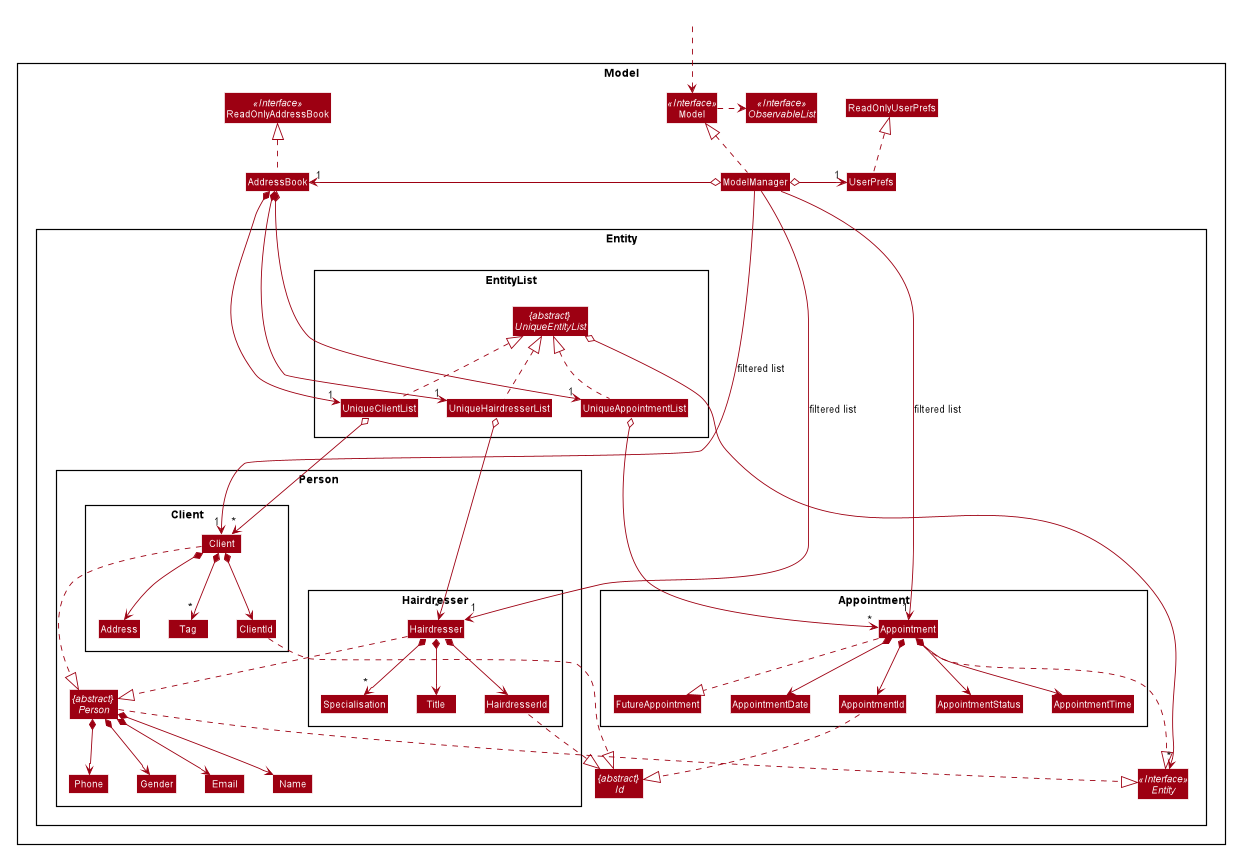
Before: ModelClassDiagram.png, a diagram exported from PlantUML (ya0-yuan/tp). Source of this version:
```plantuml
@startuml








skinparam BackgroundColor #FFFFFFF

skinparam Shadowing false

skinparam Class {
    FontColor #FFFFFF
    BorderThickness 1
    BorderColor #FFFFFF
    StereotypeFontColor #FFFFFF
    FontName Arial
}

skinparam Actor {
    BorderColor #000000
    Color #000000
    FontName Arial
}

skinparam Sequence {
    MessageAlign center
    BoxFontSize 15
    BoxPadding 0
    BoxFontColor #FFFFFF
    FontName Arial
}

skinparam Participant {
    FontColor #FFFFFFF
    Padding 20
}

skinparam MinClassWidth 50
skinparam ParticipantPadding 10
skinparam Shadowing false
skinparam DefaultTextAlignment center
skinparam packageStyle Rectangle

hide footbox
hide members
hide circle
skinparam arrowThickness 1.1
skinparam arrowColor #9D0012
skinparam classBackgroundColor #9D0012

Package Model <<Rectangle>>{
Interface ReadOnlyAddressBook <<Interface>>
Interface Model <<Interface>>
Interface ObservableList <<Interface>>
Class AddressBook
Class ReadOnlyAddressBook
Class Model
Class ModelManager
Class UserPrefs
Class ReadOnlyUserPrefs

Package Entity {
Interface Entity <<Interface>>
Abstract Class "{abstract} \nId" as Id

Package EntityList {
Abstract Class "{abstract} \nUniqueEntityList" as UniqueEntityList
Class UniqueClientList
Class UniqueHairdresserList
Class UniqueAppointmentList
}

Package Person {
Abstract Class "{abstract} \nPerson" as Person
Class Email
Class Name
Class Phone
Class Gender

Package Client {
Class Client
Class Address
Class Tag
Class ClientId
}

Package Hairdresser{
Class Hairdresser
Class Specialisation
Class Title
Class HairdresserId
}

}
Package Appointment {
Class Appointment
Class AppointmentDate
Class AppointmentId
Enum AppointmentStatus
Class AppointmentTime
Class FutureAppointment
}

}


}

Class HiddenOutside #FFFFFF
HiddenOutside ..> Model

Appointment .down.|> FutureAppointment
Appointment *-down-> AppointmentDate
Appointment *-down-> AppointmentStatus
Appointment *-down-> AppointmentTime
Appointment *-down-> AppointmentId


AddressBook .up.|> ReadOnlyAddressBook

Person .down.|> Entity
Appointment .down.|> Entity
Hairdresser ..|> Person
Client ..|> Person
UniqueAppointmentList .up.|> UniqueEntityList
UniqueClientList .up.|> UniqueEntityList
UniqueHairdresserList .up.|> UniqueEntityList
ClientId .down.|> Id
HairdresserId .down.|> Id
AppointmentId .down.|> Id

ModelManager .up.|> Model
Model .right.> ObservableList
ModelManager o-left-> "1" AddressBook
ModelManager o-right-> "1" UserPrefs
UserPrefs .up.|> ReadOnlyUserPrefs

AddressBook *-down-> "1" UniqueAppointmentList
AddressBook *-down-> "1" UniqueClientList
AddressBook *-down-> "1" UniqueHairdresserList
UniqueAppointmentList o-down-> "*" Appointment
UniqueEntityList o-down-> "*" Entity
UniqueClientList o-down-> "*" Client
UniqueHairdresserList o-down-> "*" Hairdresser

Person *-down-> Name
Person *-down-> Phone
Person *-down-> Email
Person *-down-> Gender
Client *-down-> Address
Client *-down-> ClientId
Client *-down-> "*" Tag
Hairdresser *-down-> "*" Specialisation
Hairdresser *-down-> Title
Hairdresser *-down-> HairdresserId

ModelManager -[hidden]down-> EntityList
Client -[hidden]down-> Hairdresser
Person -[hidden]left-> Client

ModelManager -->"1" Client: filtered list
ModelManager -->"1" Hairdresser : filtered list
ModelManager -->"1" Appointment : filtered list
@enduml
```
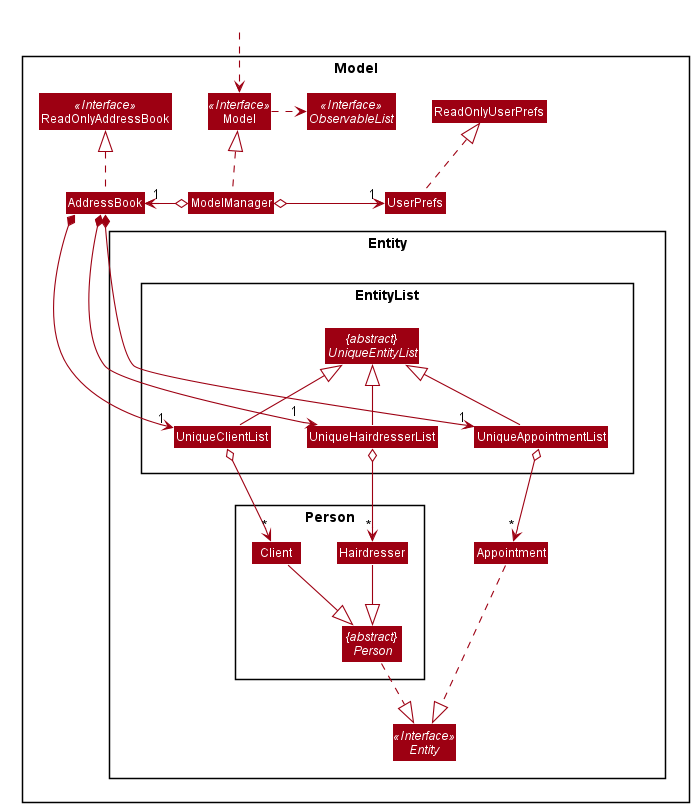
The same diagram one commit later.

Diff of the diagram source:
```diff
@@ -64,7 +64,7 @@
 
 Package Entity {
 Interface Entity <<Interface>>
-Abstract Class "{abstract} \nId" as Id
+
 
 Package EntityList {
 Abstract Class "{abstract} \nUniqueEntityList" as UniqueEntityList
@@ -75,62 +75,35 @@
 
 Package Person {
 Abstract Class "{abstract} \nPerson" as Person
-Class Email
-Class Name
-Class Phone
-Class Gender
 
-Package Client {
+
 Class Client
-Class Address
-Class Tag
-Class ClientId
-}
 
-Package Hairdresser{
 Class Hairdresser
-Class Specialisation
-Class Title
-Class HairdresserId
-}
-
-}
-Package Appointment {
-Class Appointment
-Class AppointmentDate
-Class AppointmentId
-Enum AppointmentStatus
-Class AppointmentTime
-Class FutureAppointment
-}
-
-}
 
 
 }
 
+Class Appointment
+
+
+}
+}
 Class HiddenOutside #FFFFFF
 HiddenOutside ..> Model
 
-Appointment .down.|> FutureAppointment
-Appointment *-down-> AppointmentDate
-Appointment *-down-> AppointmentStatus
-Appointment *-down-> AppointmentTime
-Appointment *-down-> AppointmentId
 
 
 AddressBook .up.|> ReadOnlyAddressBook
 
 Person .down.|> Entity
 Appointment .down.|> Entity
-Hairdresser ..|> Person
-Client ..|> Person
-UniqueAppointmentList .up.|> UniqueEntityList
-UniqueClientList .up.|> UniqueEntityList
-UniqueHairdresserList .up.|> UniqueEntityList
-ClientId .down.|> Id
-HairdresserId .down.|> Id
-AppointmentId .down.|> Id
+Hairdresser --|> Person
+Client --|> Person
+UniqueAppointmentList -up-|> UniqueEntityList
+UniqueClientList -up-|> UniqueEntityList
+UniqueHairdresserList -up-|> UniqueEntityList
+
 
 ModelManager .up.|> Model
 Model .right.> ObservableList
@@ -142,26 +115,14 @@
 AddressBook *-down-> "1" UniqueClientList
 AddressBook *-down-> "1" UniqueHairdresserList
 UniqueAppointmentList o-down-> "*" Appointment
-UniqueEntityList o-down-> "*" Entity
+
 UniqueClientList o-down-> "*" Client
 UniqueHairdresserList o-down-> "*" Hairdresser
 
-Person *-down-> Name
-Person *-down-> Phone
-Person *-down-> Email
-Person *-down-> Gender
-Client *-down-> Address
-Client *-down-> ClientId
-Client *-down-> "*" Tag
-Hairdresser *-down-> "*" Specialisation
-Hairdresser *-down-> Title
-Hairdresser *-down-> HairdresserId
+
 
 ModelManager -[hidden]down-> EntityList
-Client -[hidden]down-> Hairdresser
-Person -[hidden]left-> Client
 
-ModelManager -->"1" Client: filtered list
-ModelManager -->"1" Hairdresser : filtered list
-ModelManager -->"1" Appointment : filtered list
+
+
 @enduml
```
